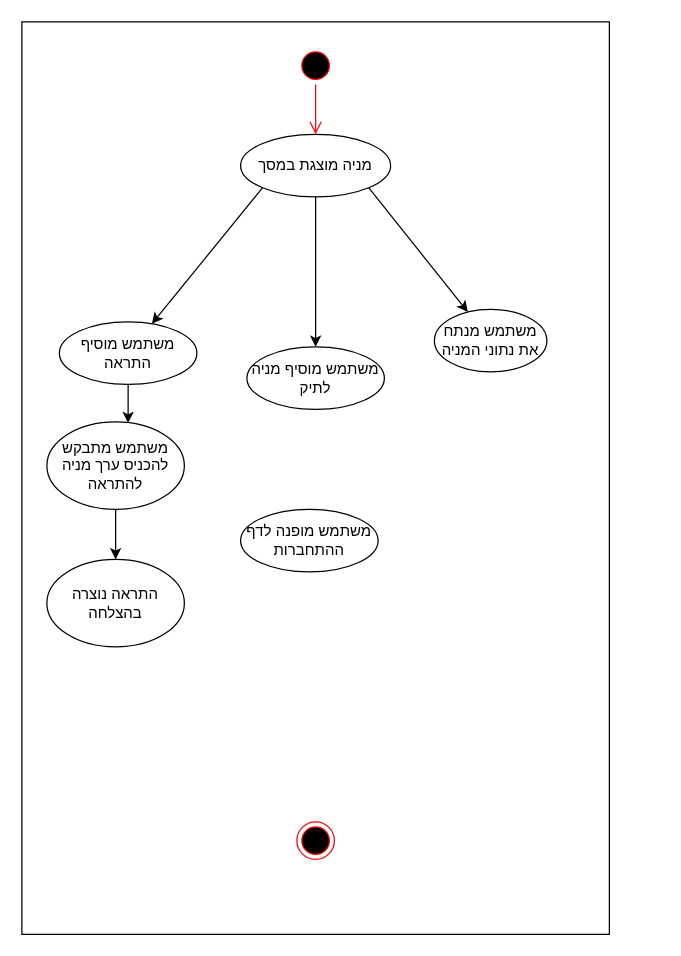
This is oop course/draws/activity/stockView.drawio from roei910/my-stocks, a draw.io file, before an edit. Source tidied: cells renumbered, new cells numbered last; positions are measured from the earlier drawing's top-left corner, leaving out a move shared by most shapes. Both pictures are drawn from the tidied source at 125%, with x=0, y=0 at pixel (21, 21).
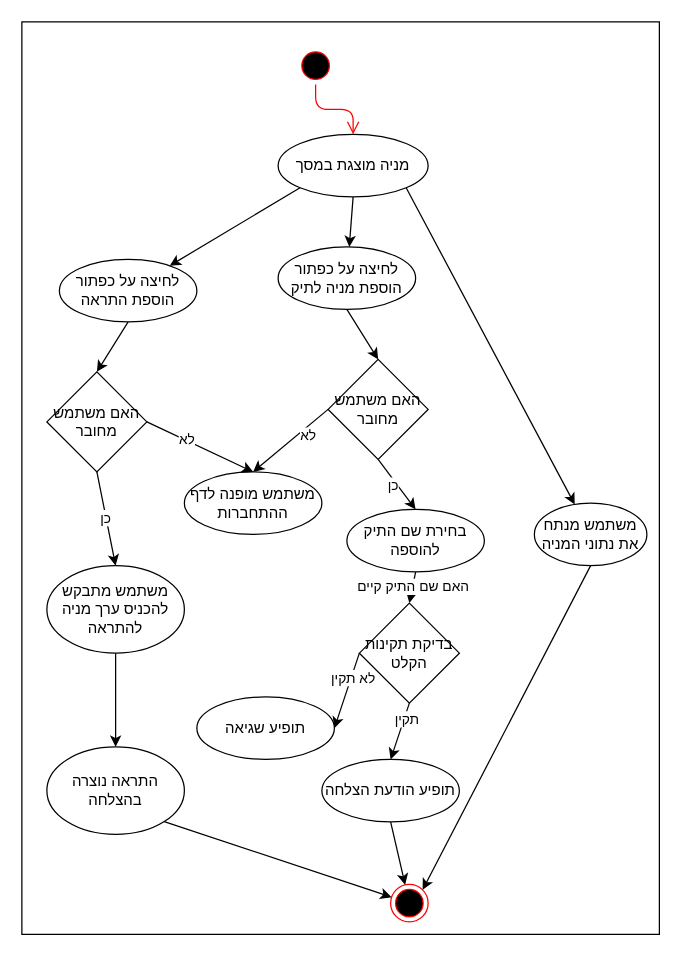
Above is the later version.

What changed in the source:
```diff
@@
     <mxCell id="2" style="html=1;dashed=0;whitespace=wrap;" parent="1" vertex="1">
-      <mxGeometry width="470" height="730" as="geometry" />
+      <mxGeometry width="510" height="730" as="geometry" />
     </mxCell>
@@
     <mxCell id="5" style="ellipse;html=1;shape=endState;fillColor=#000000;strokeColor=#ff0000;" parent="1" vertex="1">
-      <mxGeometry x="220" y="640" width="30" height="30" as="geometry" />
+      <mxGeometry x="295" y="690" width="30" height="30" as="geometry" />
     </mxCell>
@@
     <mxCell id="9" value="מניה מוצגת במסך" style="ellipse;whiteSpace=wrap;html=1;" parent="1" vertex="1">
-      <mxGeometry x="175" y="90" width="120" height="50" as="geometry" />
+      <mxGeometry x="205" y="90" width="120" height="50" as="geometry" />
     </mxCell>
-    <mxCell id="10" style="edgeStyle=none;html=1;exitX=0.5;exitY=1;exitDx=0;exitDy=0;entryX=0.591;entryY=0.014;entryDx=0;entryDy=0;entryPerimeter=0;" parent="1" edge="1" source="11" target="16">
-      <mxGeometry relative="1" as="geometry" />
-    </mxCell>
+    <mxCell id="18" style="edgeStyle=none;html=1;exitX=0.5;exitY=1;exitDx=0;exitDy=0;entryX=0;entryY=0.5;entryDx=0;entryDy=0;" parent="1" edge="1" source="11" target="41">
+      <mxGeometry relative="1" as="geometry" />
+    </mxCell>
-    <mxCell id="11" value="משתמש מוסיף התראה" style="ellipse;whiteSpace=wrap;html=1;" parent="1" vertex="1">
-      <mxGeometry x="30" y="240" width="110" height="50" as="geometry" />
+    <mxCell id="11" value="לחיצה על כפתור הוספת התראה" style="ellipse;whiteSpace=wrap;html=1;" parent="1" vertex="1">
+      <mxGeometry x="30" y="190" width="110" height="50" as="geometry" />
     </mxCell>
+    <mxCell id="19" style="edgeStyle=none;html=1;exitX=0.5;exitY=1;exitDx=0;exitDy=0;entryX=0.5;entryY=0;entryDx=0;entryDy=0;" parent="1" edge="1" source="12" target="26">
+      <mxGeometry relative="1" as="geometry" />
+    </mxCell>
-    <mxCell id="12" value="משתמש מוסיף מניה לתיק" style="ellipse;whiteSpace=wrap;html=1;" parent="1" vertex="1">
-      <mxGeometry x="180" y="260" width="110" height="50" as="geometry" />
+    <mxCell id="12" value="לחיצה על כפתור הוספת מניה לתיק" style="ellipse;whiteSpace=wrap;html=1;" parent="1" vertex="1">
+      <mxGeometry x="205" y="180" width="110" height="50" as="geometry" />
     </mxCell>
     <mxCell id="13" value="משתמש מופנה לדף ההתחברות" style="ellipse;whiteSpace=wrap;html=1;" parent="1" vertex="1">
-      <mxGeometry x="175" y="390" width="110" height="50" as="geometry" />
+      <mxGeometry x="130" y="360" width="110" height="50" as="geometry" />
     </mxCell>
+    <mxCell id="20" style="edgeStyle=none;html=1;exitX=0.5;exitY=1;exitDx=0;exitDy=0;entryX=1;entryY=0;entryDx=0;entryDy=0;" parent="1" edge="1" source="14" target="5">
+      <mxGeometry relative="1" as="geometry" />
+    </mxCell>
     <mxCell id="14" value="משתמש מנתח את נתוני המניה" style="ellipse;whiteSpace=wrap;html=1;" parent="1" vertex="1">
-      <mxGeometry x="330" y="230" width="90" height="50" as="geometry" />
+      <mxGeometry x="410" y="385" width="90" height="50" as="geometry" />
     </mxCell>
@@
     <mxCell id="16" value="משתמש מתבקש להכניס ערך מניה להתראה" style="ellipse;whiteSpace=wrap;html=1;" parent="1" vertex="1">
-      <mxGeometry x="20" y="320" width="110" height="70" as="geometry" />
+      <mxGeometry x="20" y="435" width="110" height="70" as="geometry" />
     </mxCell>
+    <mxCell id="21" style="edgeStyle=none;html=1;exitX=1;exitY=1;exitDx=0;exitDy=0;" parent="1" edge="1" source="17" target="5">
+      <mxGeometry relative="1" as="geometry" />
+    </mxCell>
     <mxCell id="17" value="התראה נוצרה בהצלחה" style="ellipse;whiteSpace=wrap;html=1;" parent="1" vertex="1">
-      <mxGeometry x="20" y="430" width="110" height="70" as="geometry" />
+      <mxGeometry x="20" y="580" width="110" height="70" as="geometry" />
     </mxCell>
+    <mxCell id="22" style="edgeStyle=none;html=1;exitX=0;exitY=0.5;exitDx=0;exitDy=0;entryX=0.5;entryY=0;entryDx=0;entryDy=0;" parent="1" edge="1" source="26" target="13">
+      <mxGeometry relative="1" as="geometry" />
+    </mxCell>
+    <mxCell id="23" value="לא" style="edgeLabel;html=1;align=center;verticalAlign=middle;" parent="22" vertex="1">
+      <mxGeometry x="-0.37" y="4" relative="1" as="geometry">
+        <mxPoint y="1" as="offset" />
+      </mxGeometry>
+    </mxCell>
+    <mxCell id="24" style="edgeStyle=none;html=1;exitX=0.5;exitY=1;exitDx=0;exitDy=0;entryX=0.5;entryY=0;entryDx=0;entryDy=0;" parent="1" edge="1" source="26" target="29">
+      <mxGeometry relative="1" as="geometry" />
+    </mxCell>
+    <mxCell id="25" value="כן" style="edgeLabel;html=1;align=center;verticalAlign=middle;" parent="24" vertex="1">
+      <mxGeometry x="-0.1" y="-3" relative="1" as="geometry" />
+    </mxCell>
+    <mxCell id="26" value="האם משתמש מחובר" style="rhombus;whiteSpace=wrap;html=1;" parent="1" vertex="1">
+      <mxGeometry x="245" y="270" width="80" height="80" as="geometry" />
+    </mxCell>
+    <mxCell id="27" style="edgeStyle=none;html=1;exitX=0.5;exitY=1;exitDx=0;exitDy=0;entryX=0.5;entryY=0;entryDx=0;entryDy=0;" parent="1" edge="1" source="29" target="34">
+      <mxGeometry relative="1" as="geometry" />
+    </mxCell>
+    <mxCell id="28" value="האם שם התיק קיים" style="edgeLabel;html=1;align=center;verticalAlign=middle;" parent="27" vertex="1">
+      <mxGeometry x="-0.03" relative="1" as="geometry" />
+    </mxCell>
+    <mxCell id="29" value="בחירת שם התיק להוספה" style="ellipse;whiteSpace=wrap;html=1;" parent="1" vertex="1">
+      <mxGeometry x="260" y="390" width="110" height="50" as="geometry" />
+    </mxCell>
+    <mxCell id="30" style="edgeStyle=none;html=1;exitX=0;exitY=0.5;exitDx=0;exitDy=0;entryX=1;entryY=0.5;entryDx=0;entryDy=0;" parent="1" edge="1" source="34" target="35">
+      <mxGeometry relative="1" as="geometry" />
+    </mxCell>
+    <mxCell id="31" value="לא תקין" style="edgeLabel;html=1;align=center;verticalAlign=middle;" parent="30" vertex="1">
+      <mxGeometry x="-0.38" y="1" relative="1" as="geometry" />
+    </mxCell>
+    <mxCell id="32" style="edgeStyle=none;html=1;exitX=0.5;exitY=1;exitDx=0;exitDy=0;entryX=0.5;entryY=0;entryDx=0;entryDy=0;" parent="1" edge="1" source="34" target="37">
+      <mxGeometry relative="1" as="geometry" />
+    </mxCell>
+    <mxCell id="33" value="תקין" style="edgeLabel;html=1;align=center;verticalAlign=middle;" parent="32" vertex="1">
+      <mxGeometry x="-0.45" y="2" relative="1" as="geometry" />
+    </mxCell>
+    <mxCell id="34" value="בדיקת תקינות הקלט" style="rhombus;whiteSpace=wrap;html=1;" parent="1" vertex="1">
+      <mxGeometry x="270" y="465" width="80" height="80" as="geometry" />
+    </mxCell>
+    <mxCell id="35" value="תופיע שגיאה" style="ellipse;whiteSpace=wrap;html=1;" parent="1" vertex="1">
+      <mxGeometry x="140" y="540" width="110" height="50" as="geometry" />
+    </mxCell>
+    <mxCell id="36" style="edgeStyle=none;html=1;exitX=0.5;exitY=1;exitDx=0;exitDy=0;" parent="1" edge="1" source="37" target="5">
+      <mxGeometry relative="1" as="geometry" />
+    </mxCell>
+    <mxCell id="37" value="תופיע הודעת הצלחה" style="ellipse;whiteSpace=wrap;html=1;" parent="1" vertex="1">
+      <mxGeometry x="240" y="590" width="110" height="50" as="geometry" />
+    </mxCell>
+    <mxCell id="38" style="edgeStyle=none;html=1;entryX=0.5;entryY=0;entryDx=0;entryDy=0;exitX=0.5;exitY=0;exitDx=0;exitDy=0;" parent="1" edge="1" source="41" target="13">
+      <mxGeometry relative="1" as="geometry" />
+    </mxCell>
+    <mxCell id="39" value="לא" style="edgeLabel;html=1;align=center;verticalAlign=middle;" parent="38" vertex="1">
+      <mxGeometry x="-0.28" y="1" relative="1" as="geometry" />
+    </mxCell>
+    <mxCell id="40" value="כן" style="edgeStyle=none;html=1;exitX=1;exitY=0.5;exitDx=0;exitDy=0;entryX=0.5;entryY=0;entryDx=0;entryDy=0;" parent="1" edge="1" source="41" target="16">
+      <mxGeometry relative="1" as="geometry" />
+    </mxCell>
+    <mxCell id="41" value="האם משתמש מחובר" style="rhombus;whiteSpace=wrap;html=1;direction=south;" parent="1" vertex="1">
+      <mxGeometry x="20" y="280" width="80" height="80" as="geometry" />
+    </mxCell>
```
